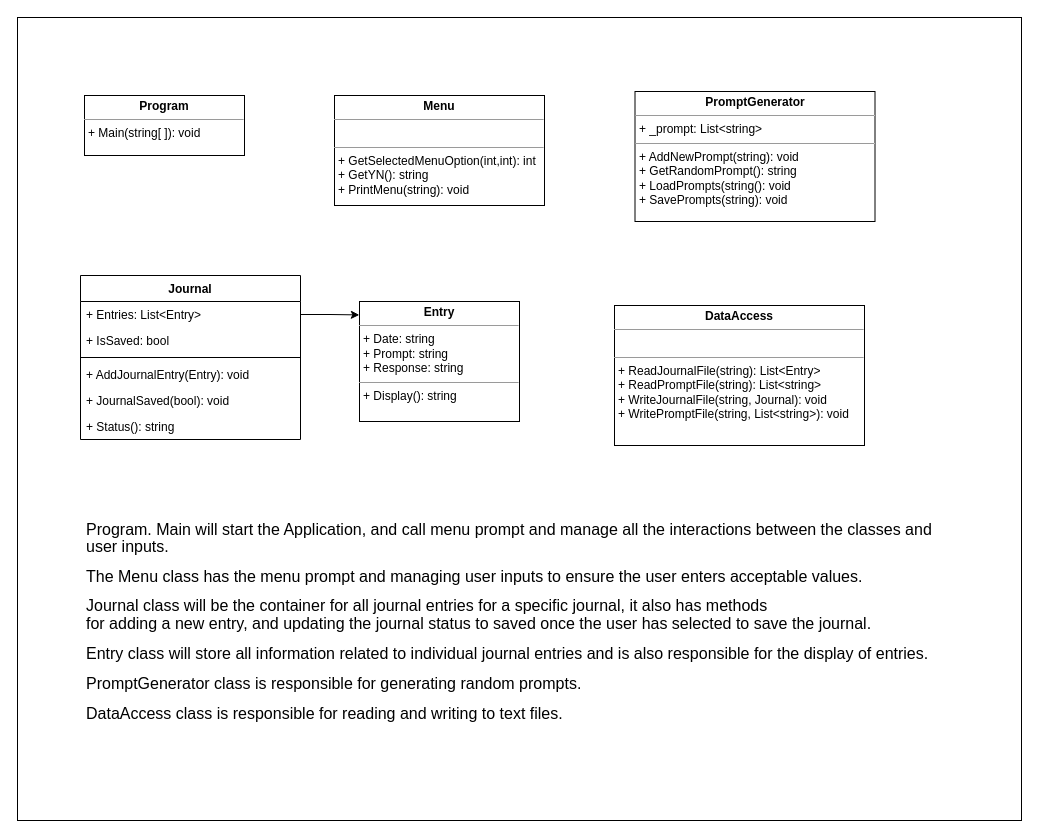
The draw.io diagram prove/Develop02/ClassDiagram.drawio in pdmostert/cse210-hw, before the edit. Source tidied: cells renumbered, new cells numbered last; positions are measured from the earlier drawing's top-left corner, leaving out a move shared by most shapes. Both pictures are drawn from the tidied source at 100%, with x=0, y=0 at pixel (17, 17).
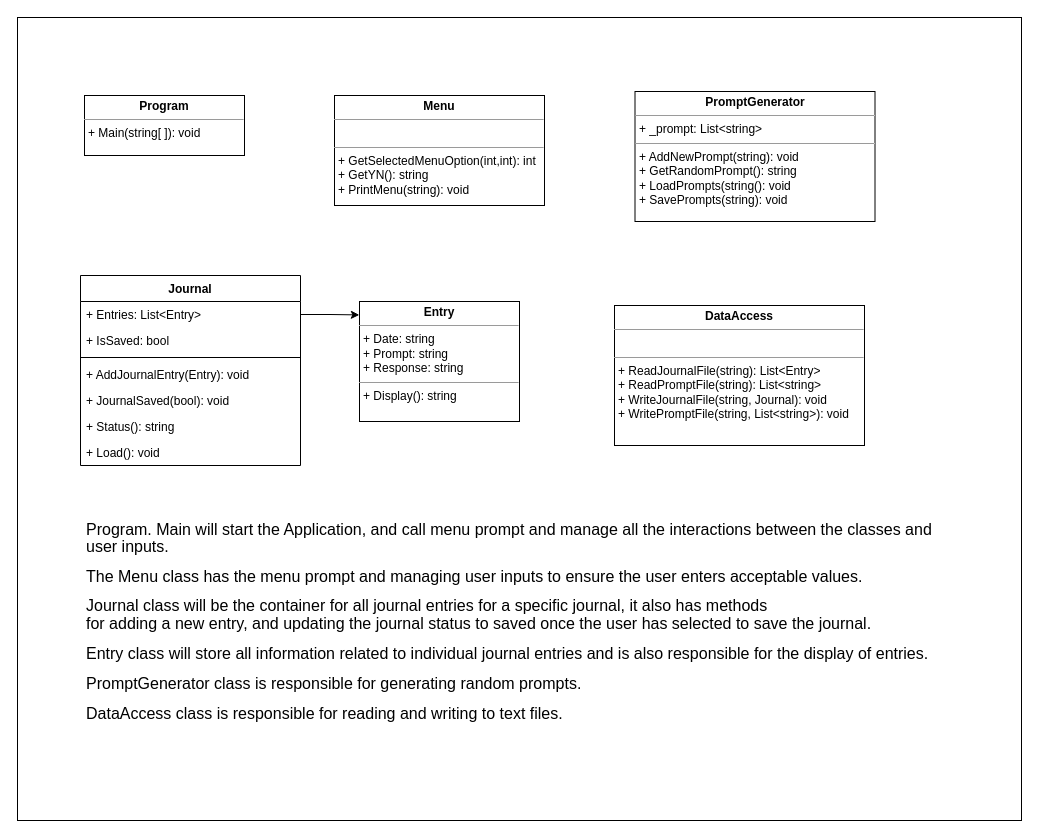
After the change.

The edit, as a diff of the source:
```diff
@@
 <mxGraphModel background="#ffffff">
   <root>
     <mxCell id="0" />
     <mxCell id="1" parent="0" />
     <mxCell id="2" style="rounded=0;whiteSpace=wrap;html=1;fillColor=none;" parent="1" vertex="1">
       <mxGeometry width="1004" height="803" as="geometry" />
     </mxCell>
     <mxCell id="3" value="Journal" style="swimlane;fontStyle=1;align=center;verticalAlign=top;horizontal=1;startSize=26;labelBackgroundColor=default;" parent="1" vertex="1">
-      <mxGeometry x="63" y="258" width="220" height="164" as="geometry" />
+      <mxGeometry x="63" y="258" width="220" height="190" as="geometry" />
     </mxCell>
     <mxCell id="4" value="+ Entries: List&lt;Entry&gt;" style="text;strokeColor=none;fillColor=none;align=left;verticalAlign=top;spacingLeft=4;spacingRight=4;overflow=hidden;points=[[0,0.5],[1,0.5]];portConstraint=eastwest;labelBorderColor=none;labelBackgroundColor=default;" parent="3" vertex="1">
       <mxGeometry y="26" width="220" height="26" as="geometry" />
     </mxCell>
     <mxCell id="5" value="+ IsSaved: bool&#10;" style="text;strokeColor=none;fillColor=none;align=left;verticalAlign=top;spacingLeft=4;spacingRight=4;overflow=hidden;labelBackgroundColor=default;" parent="3" vertex="1">
       <mxGeometry y="52" width="220" height="26" as="geometry" />
     </mxCell>
     <mxCell id="6" style="line;strokeWidth=1;fillColor=none;align=left;verticalAlign=middle;spacingTop=-1;spacingLeft=3;spacingRight=3;labelPosition=right;" parent="3" vertex="1">
       <mxGeometry y="78" width="220" height="8" as="geometry" />
     </mxCell>
     <mxCell id="7" value="+ AddJournalEntry(Entry): void" style="text;strokeColor=none;fillColor=none;align=left;verticalAlign=top;spacingLeft=4;spacingRight=4;overflow=hidden;labelBackgroundColor=default;" parent="3" vertex="1">
       <mxGeometry y="86" width="220" height="26" as="geometry" />
     </mxCell>
     <mxCell id="8" value="+ JournalSaved(bool): void" style="text;strokeColor=none;fillColor=none;align=left;verticalAlign=top;spacingLeft=4;spacingRight=4;overflow=hidden;labelBackgroundColor=default;" parent="3" vertex="1">
       <mxGeometry y="112" width="220" height="26" as="geometry" />
     </mxCell>
     <mxCell id="9" value="+ Status(): string" style="text;strokeColor=none;fillColor=none;align=left;verticalAlign=top;spacingLeft=4;spacingRight=4;overflow=hidden;labelBackgroundColor=default;" parent="3" vertex="1">
       <mxGeometry y="138" width="220" height="26" as="geometry" />
     </mxCell>
+    <mxCell id="17" value="+ Load(): void" style="text;strokeColor=none;fillColor=none;align=left;verticalAlign=top;spacingLeft=4;spacingRight=4;overflow=hidden;labelBackgroundColor=default;" parent="3" vertex="1">
+      <mxGeometry y="164" width="220" height="26" as="geometry" />
+    </mxCell>
     <mxCell id="10" value="&lt;p style=&quot;margin:0px;margin-top:4px;text-align:center;&quot;&gt;&lt;b&gt;Entry&lt;/b&gt;&lt;/p&gt;&lt;hr size=&quot;1&quot;&gt;&lt;p style=&quot;margin:0px;margin-left:4px;&quot;&gt;+ Date: string&lt;/p&gt;&lt;p style=&quot;margin:0px;margin-left:4px;&quot;&gt;+ Prompt: string&lt;br&gt;&lt;/p&gt;&lt;p style=&quot;margin:0px;margin-left:4px;&quot;&gt;+ Response: string&lt;/p&gt;&lt;hr size=&quot;1&quot;&gt;&lt;p style=&quot;margin:0px;margin-left:4px;&quot;&gt;+ Display(): string&lt;/p&gt;" style="verticalAlign=top;align=left;overflow=fill;fontSize=12;fontFamily=Helvetica;html=1;" parent="1" vertex="1">
       <mxGeometry x="342" y="284" width="160" height="120" as="geometry" />
     </mxCell>
     <mxCell id="11" style="edgeStyle=orthogonalEdgeStyle;rounded=0;jettySize=auto;html=1;entryX=-0.001;entryY=0.112;entryDx=0;entryDy=0;entryPerimeter=0;" parent="1" edge="1" source="4" target="10">
       <mxGeometry relative="1" as="geometry" />
     </mxCell>
     <mxCell id="12" value="&lt;p style=&quot;margin:0px;margin-top:4px;text-align:center;&quot;&gt;&lt;b&gt;PromptGenerator&lt;/b&gt;&lt;/p&gt;&lt;hr size=&quot;1&quot;&gt;&lt;p style=&quot;margin:0px;margin-left:4px;&quot;&gt;+ _prompt: List&amp;lt;string&amp;gt;&lt;/p&gt;&lt;hr size=&quot;1&quot;&gt;&lt;p style=&quot;margin:0px;margin-left:4px;&quot;&gt;+ AddNewPrompt(string): void&lt;/p&gt;&lt;p style=&quot;margin:0px;margin-left:4px;&quot;&gt;+ GetRandomPrompt(): string&lt;br&gt;&lt;/p&gt;&lt;p style=&quot;margin:0px;margin-left:4px;&quot;&gt;+ LoadPrompts(string(): void&lt;br&gt;&lt;/p&gt;&lt;p style=&quot;margin:0px;margin-left:4px;&quot;&gt;+ SavePrompts(string): void&lt;br&gt;&lt;/p&gt;&lt;p style=&quot;margin:0px;margin-left:4px;&quot;&gt;&lt;br&gt;&lt;/p&gt;" style="verticalAlign=top;align=left;overflow=fill;fontSize=12;fontFamily=Helvetica;html=1;" parent="1" vertex="1">
       <mxGeometry x="617.5" y="74" width="240" height="130" as="geometry" />
     </mxCell>
     <mxCell id="13" value="&lt;p style=&quot;margin:0px;margin-top:4px;text-align:center;&quot;&gt;&lt;b&gt;Menu&lt;/b&gt;&lt;/p&gt;&lt;hr size=&quot;1&quot;&gt;&lt;p style=&quot;margin:0px;margin-left:4px;&quot;&gt;&lt;br&gt;&lt;/p&gt;&lt;hr size=&quot;1&quot;&gt;&lt;p style=&quot;margin:0px;margin-left:4px;&quot;&gt;+ GetSelectedMenuOption(int,int): int&lt;/p&gt;&lt;p style=&quot;margin:0px;margin-left:4px;&quot;&gt;&lt;span style=&quot;background-color: initial;&quot;&gt;+ GetYN(): string&lt;/span&gt;&lt;/p&gt;&lt;p style=&quot;margin:0px;margin-left:4px;&quot;&gt;+ PrintMenu(string): void&lt;br&gt;&lt;/p&gt;" style="verticalAlign=top;align=left;overflow=fill;fontSize=12;fontFamily=Helvetica;html=1;" parent="1" vertex="1">
       <mxGeometry x="317" y="78" width="210" height="110" as="geometry" />
     </mxCell>
     <mxCell id="14" value="&lt;p style=&quot;margin:0px;margin-top:4px;text-align:center;&quot;&gt;&lt;b&gt;DataAccess&lt;/b&gt;&lt;/p&gt;&lt;hr size=&quot;1&quot;&gt;&lt;p style=&quot;margin:0px;margin-left:4px;&quot;&gt;&lt;br&gt;&lt;/p&gt;&lt;hr size=&quot;1&quot;&gt;&lt;p style=&quot;margin:0px;margin-left:4px;&quot;&gt;+ ReadJournalFile(string): List&amp;lt;Entry&amp;gt;&lt;/p&gt;&lt;p style=&quot;margin:0px;margin-left:4px;&quot;&gt;+ ReadPromptFile(string): List&amp;lt;string&amp;gt;&lt;br&gt;&lt;/p&gt;&lt;p style=&quot;margin:0px;margin-left:4px;&quot;&gt;+ WriteJournalFile(string, Journal): void&lt;br&gt;&lt;/p&gt;&lt;p style=&quot;margin:0px;margin-left:4px;&quot;&gt;+ WritePromptFile(string, List&amp;lt;string&amp;gt;): void&lt;br&gt;&lt;/p&gt;" style="verticalAlign=top;align=left;overflow=fill;fontSize=12;fontFamily=Helvetica;html=1;" parent="1" vertex="1">
       <mxGeometry x="597" y="288" width="250" height="140" as="geometry" />
     </mxCell>
     <mxCell id="15" value="&lt;p style=&quot;margin:0px;margin-top:4px;text-align:center;&quot;&gt;&lt;b&gt;Program&lt;/b&gt;&lt;/p&gt;&lt;hr size=&quot;1&quot;&gt;&lt;p style=&quot;margin:0px;margin-left:4px;&quot;&gt;&lt;/p&gt;&lt;p style=&quot;margin:0px;margin-left:4px;&quot;&gt;+ Main(string[ ]): void&lt;/p&gt;" style="verticalAlign=top;align=left;overflow=fill;fontSize=12;fontFamily=Helvetica;html=1;" parent="1" vertex="1">
       <mxGeometry x="67" y="78" width="160" height="60" as="geometry" />
     </mxCell>
     <mxCell id="16" value="&lt;p class=&quot;MsoNormal&quot;&gt;&lt;span style=&quot;font-size: 12pt; line-height: 107%; font-family: Helvetica, sans-serif; background-image: initial; background-position: initial; background-size: initial; background-repeat: initial; background-attachment: initial; background-origin: initial; background-clip: initial;&quot;&gt;Program. Main will start&amp;nbsp;the Application, and call menu prompt and manage all the interactions between&amp;nbsp;the classes and user inputs. &lt;/span&gt;&lt;/p&gt;&lt;p class=&quot;MsoNormal&quot;&gt;&lt;span style=&quot;font-size: 12pt; line-height: 107%; font-family: Helvetica, sans-serif; background-image: initial; background-position: initial; background-size: initial; background-repeat: initial; background-attachment: initial; background-origin: initial; background-clip: initial;&quot;&gt;The Menu class has the menu&amp;nbsp;prompt and managing user inputs to ensure the user enters acceptable values.&lt;/span&gt;&lt;/p&gt;&lt;p class=&quot;MsoNormal&quot;&gt;&lt;span style=&quot;font-size: 12pt; line-height: 107%; font-family: Helvetica, sans-serif; background-image: initial; background-position: initial; background-size: initial; background-repeat: initial; background-attachment: initial; background-origin: initial; background-clip: initial;&quot;&gt;Journal class will be&amp;nbsp;the container for all journal entries for a specific journal, it also has methods&lt;br&gt;for adding a new entry, and updating the journal status to saved once the user&amp;nbsp;has selected to save the journal.&lt;/span&gt;&lt;/p&gt;&lt;p class=&quot;MsoNormal&quot;&gt;&lt;span style=&quot;font-family: Helvetica, sans-serif; font-size: 12pt; background-color: initial;&quot;&gt;Entry class will store&amp;nbsp;&lt;/span&gt;&lt;span style=&quot;font-family: Helvetica, sans-serif; font-size: 12pt; background-color: initial;&quot;&gt;all information related to individual journal entries and is also responsible&amp;nbsp;&lt;/span&gt;&lt;span style=&quot;font-family: Helvetica, sans-serif; font-size: 12pt; background-color: initial;&quot;&gt;for the display of entries.&lt;/span&gt;&lt;/p&gt;&lt;p class=&quot;MsoNormal&quot;&gt;&lt;span style=&quot;font-size: 12pt; line-height: 107%; font-family: Helvetica, sans-serif; background-image: initial; background-position: initial; background-size: initial; background-repeat: initial; background-attachment: initial; background-origin: initial; background-clip: initial;&quot;&gt;PromptGenerator class is&amp;nbsp;responsible for generating random prompts. &lt;/span&gt;&lt;/p&gt;&lt;p class=&quot;MsoNormal&quot;&gt;&lt;span style=&quot;font-size: 12pt; line-height: 107%; font-family: Helvetica, sans-serif; background-image: initial; background-position: initial; background-size: initial; background-repeat: initial; background-attachment: initial; background-origin: initial; background-clip: initial;&quot;&gt;DataAccess class is responsible for reading and writing to text files.&lt;/span&gt;&lt;span style=&quot;font-size:12.0pt;line-height:107%&quot;&gt;&lt;/span&gt;&lt;/p&gt;" style="text;html=1;strokeColor=none;fillColor=none;align=left;verticalAlign=top;whiteSpace=wrap;rounded=0;" parent="1" vertex="1">
       <mxGeometry x="67" y="485" width="854" height="284" as="geometry" />
     </mxCell>
   </root>
 </mxGraphModel>
```
